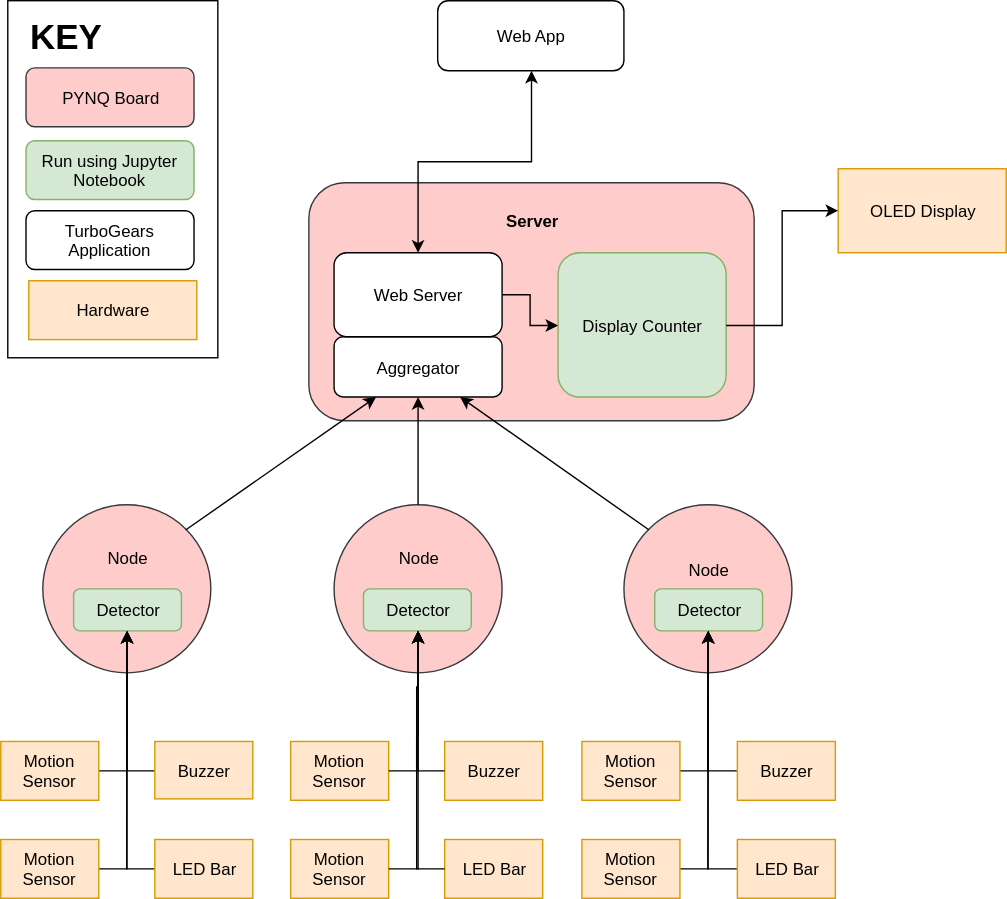
Earlier version of the draw.io export assets/system-diagram.svg (ColoradoSchoolOfMines/parqyng-lots). Source tidied: cells renumbered, new cells last; positions are measured from the earlier drawing's top-left corner, leaving out a move shared by most shapes.
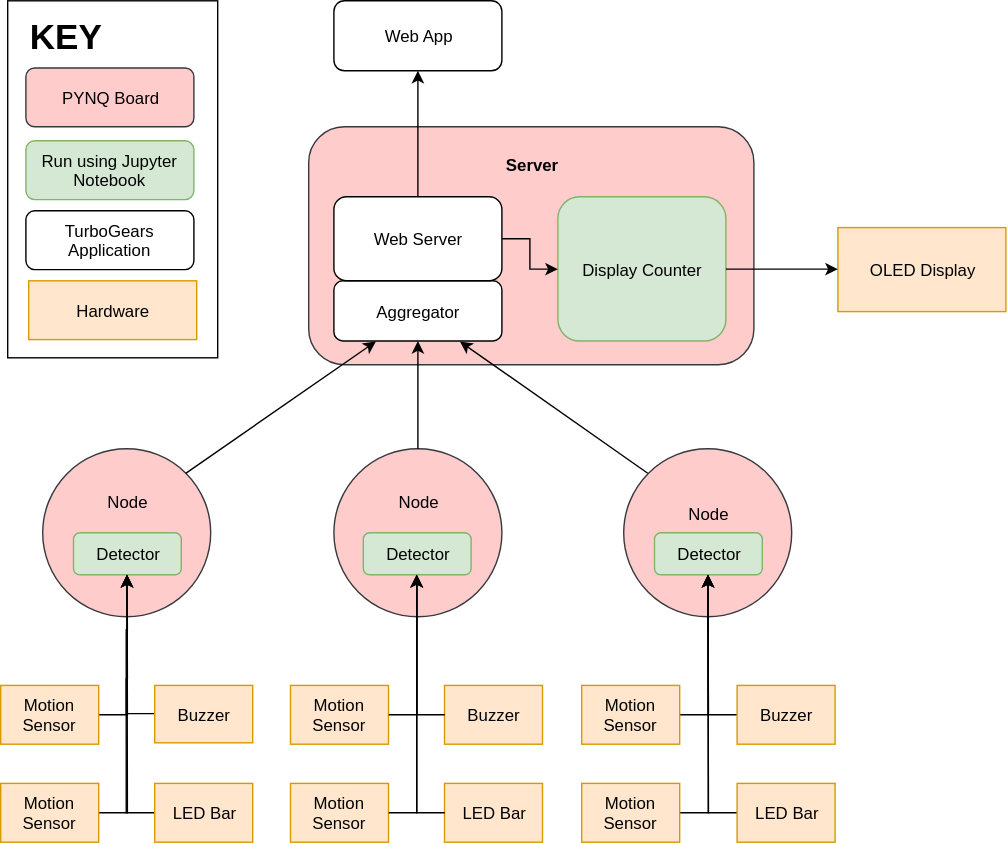
After the commit.

What changed in the source:
```diff
@@ -6,7 +6,7 @@
       <mxGeometry x="220" y="130" width="318" height="170" as="geometry" />
     </mxCell>
     <mxCell id="3" value="Web App" style="rounded=1;whiteSpace=wrap;html=1;fillColor=#ffffff;strokeColor=#000000;" parent="1" vertex="1">
-      <mxGeometry x="312" width="133" height="50" as="geometry" />
+      <mxGeometry x="238" y="40" width="120" height="50" as="geometry" />
     </mxCell>
     <mxCell id="4" value="Node&lt;br&gt;&lt;br&gt;&lt;br&gt;&lt;br&gt;" style="ellipse;whiteSpace=wrap;html=1;fillColor=#ffcccc;strokeColor=#36393d;" parent="1" vertex="1">
       <mxGeometry x="30" y="360" width="120" height="120" as="geometry" />
@@ -30,19 +30,19 @@
       <mxGeometry x="398" y="180" width="120" height="103" as="geometry" />
     </mxCell>
     <mxCell id="11" value="OLED Display" style="rounded=0;whiteSpace=wrap;html=1;fillColor=#ffe6cc;strokeColor=#d79b00;" parent="1" vertex="1">
-      <mxGeometry x="598" y="120" width="120" height="60" as="geometry" />
+      <mxGeometry x="598" y="202" width="120" height="60" as="geometry" />
     </mxCell>
     <mxCell id="12" style="rounded=0;whiteSpace=wrap;html=1;" parent="1" vertex="1">
-      <mxGeometry x="5" width="150" height="255" as="geometry" />
+      <mxGeometry x="5" y="40" width="150" height="255" as="geometry" />
     </mxCell>
     <mxCell id="13" value="PYNQ Board" style="rounded=1;whiteSpace=wrap;html=1;fillColor=#ffcccc;strokeColor=#36393d;" parent="1" vertex="1">
-      <mxGeometry x="18" y="48" width="120" height="42" as="geometry" />
+      <mxGeometry x="18" y="88" width="120" height="42" as="geometry" />
     </mxCell>
     <mxCell id="14" value="&lt;font style=&quot;font-size: 25px&quot;&gt;&lt;b&gt;KEY&lt;/b&gt;&lt;/font&gt;" style="text;html=1;strokeColor=none;fillColor=none;align=center;verticalAlign=middle;whiteSpace=wrap;" parent="1" vertex="1">
-      <mxGeometry x="18" y="10" width="57" height="30" as="geometry" />
+      <mxGeometry x="18" y="50" width="57" height="30" as="geometry" />
     </mxCell>
     <mxCell id="15" value="Run using Jupyter Notebook" style="rounded=1;whiteSpace=wrap;html=1;fillColor=#d5e8d4;strokeColor=#82b366;" parent="1" vertex="1">
-      <mxGeometry x="18" y="100" width="120" height="42" as="geometry" />
+      <mxGeometry x="18" y="140" width="120" height="42" as="geometry" />
     </mxCell>
     <mxCell id="16" style="edgeStyle=orthogonalEdgeStyle;rounded=0;html=1;exitX=1;exitY=0.5;entryX=0;entryY=0.5;jettySize=auto;" parent="1" edge="1" source="10" target="11">
       <mxGeometry relative="1" as="geometry" />
@@ -65,14 +65,11 @@
     <mxCell id="22" style="edgeStyle=orthogonalEdgeStyle;rounded=0;html=1;exitX=0.5;exitY=0;jettySize=auto;" parent="1" edge="1" source="6" target="9">
       <mxGeometry relative="1" as="geometry" />
     </mxCell>
-    <mxCell id="23" style="edgeStyle=orthogonalEdgeStyle;rounded=0;html=1;exitX=0.5;exitY=0;entryX=0.5;entryY=1;jettySize=auto;startArrow=classic;startFill=1;" parent="1" edge="1" source="20" target="3">
-      <mxGeometry relative="1" as="geometry" />
-    </mxCell>
     <mxCell id="24" value="TurboGears Application" style="rounded=1;whiteSpace=wrap;html=1;" parent="1" vertex="1">
-      <mxGeometry x="18" y="150" width="120" height="42" as="geometry" />
+      <mxGeometry x="18" y="190" width="120" height="42" as="geometry" />
     </mxCell>
     <mxCell id="25" value="Hardware" style="rounded=0;whiteSpace=wrap;html=1;fillColor=#ffe6cc;strokeColor=#d79b00;" parent="1" vertex="1">
-      <mxGeometry x="20" y="200" width="120" height="42" as="geometry" />
+      <mxGeometry x="20" y="240" width="120" height="42" as="geometry" />
     </mxCell>
     <mxCell id="26" value="Motion Sensor" style="rounded=0;whiteSpace=wrap;html=1;fillColor=#ffe6cc;strokeColor=#d79b00;" parent="1" vertex="1">
       <mxGeometry x="207" y="529" width="70" height="42" as="geometry" />
@@ -162,5 +159,8 @@
     <mxCell id="49" value="LED Bar" style="rounded=0;whiteSpace=wrap;html=1;fillColor=#ffe6cc;strokeColor=#d79b00;" parent="1" vertex="1">
       <mxGeometry x="110" y="599" width="70" height="42" as="geometry" />
     </mxCell>
+    <mxCell id="23" style="edgeStyle=orthogonalEdgeStyle;rounded=0;html=1;exitX=0.5;exitY=0;startArrow=none;startFill=0;jettySize=auto;" parent="1" edge="1" source="20" target="3">
+      <mxGeometry relative="1" as="geometry" />
+    </mxCell>
   </root>
 </mxGraphModel>
```
